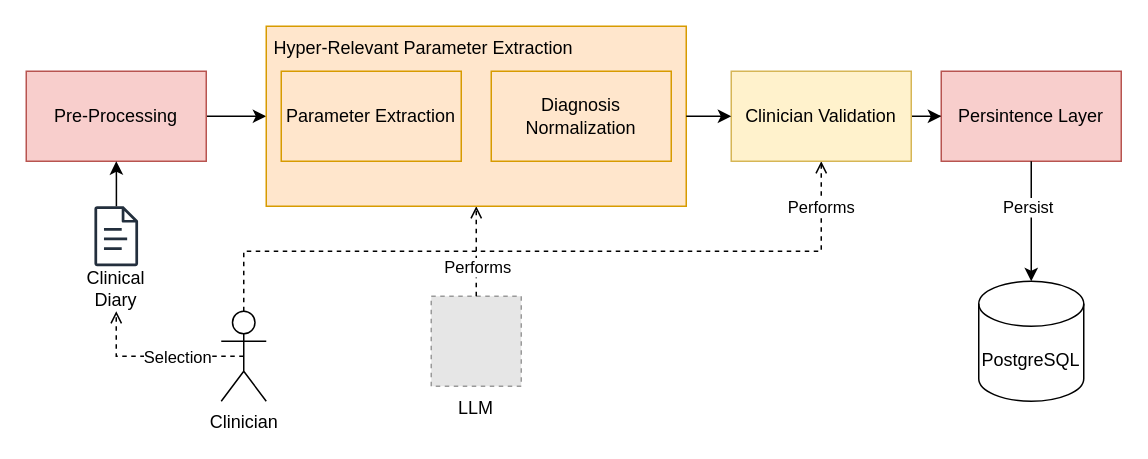
McDoritos/Internship---DOCS keeps this draw.io diagram as page "Parameter Extraction workflow" (2 of 4) of Flowchart/Flux-doctor_AsIs-ToBe.drawio. Above is the earlier version. Source tidied: cells renumbered, new cells numbered last; positions are measured from the earlier drawing's top-left corner, leaving out a move shared by most shapes. Both pictures are drawn from the tidied source at 150%, with x=0, y=0 at pixel (26, 26). Pictures stored in the file or linked from it are replaced by grey dashed boxes.
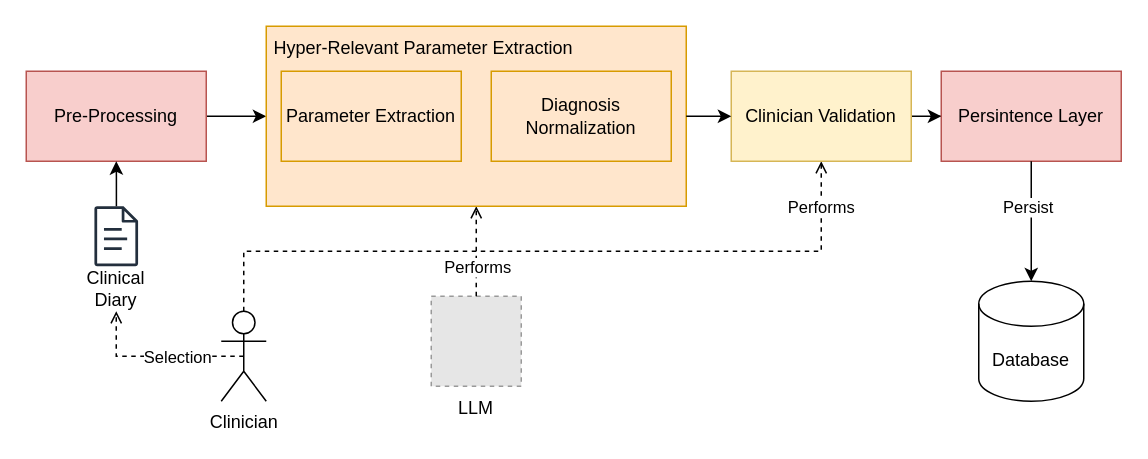
The same page after the edit.

The edit, as a diff of the source:
```diff
@@
-    <mxCell id="16" value="PostgreSQL" style="shape=cylinder3;whiteSpace=wrap;html=1;boundedLbl=1;backgroundOutline=1;size=15;" parent="1" vertex="1">
+    <mxCell id="16" value="Database" style="shape=cylinder3;whiteSpace=wrap;html=1;boundedLbl=1;backgroundOutline=1;size=15;" parent="1" vertex="1">
       <mxGeometry x="635" y="170" width="70" height="80" as="geometry" />
     </mxCell>
```
